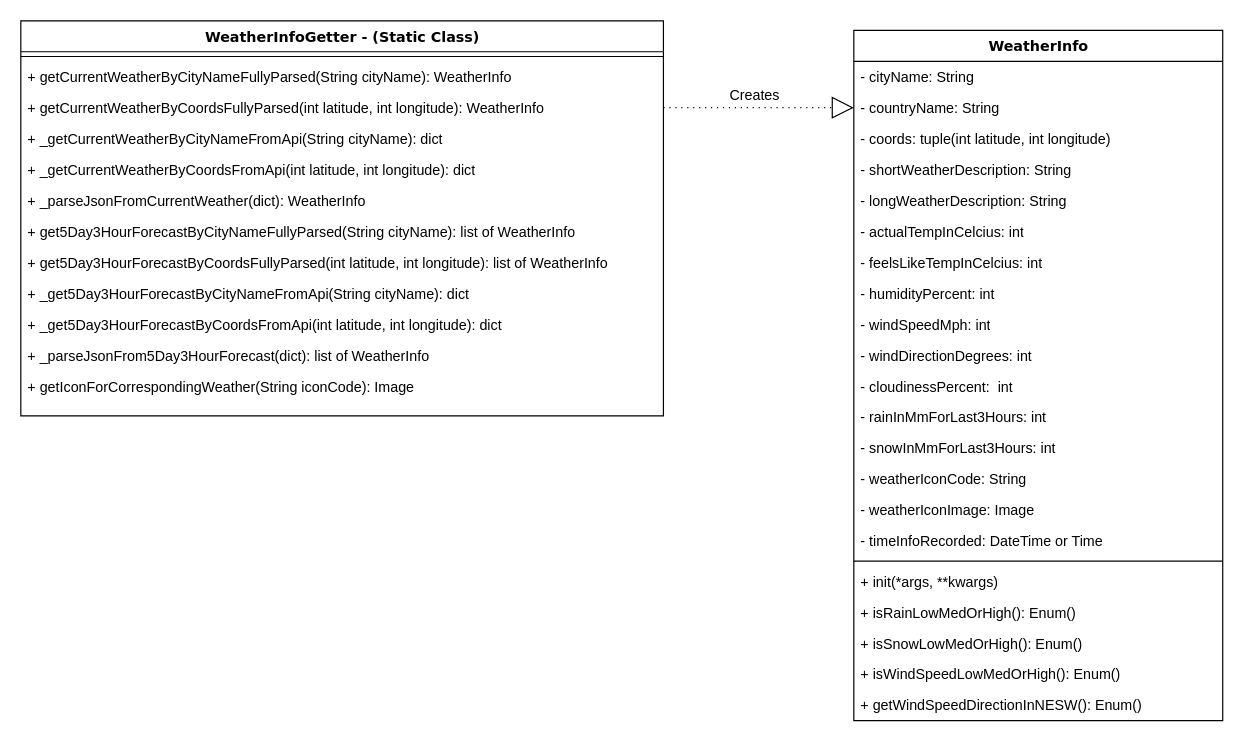
Above: notes/2b) Design Solution.drawio in murtaza135/weather_app (draw.io), before the change. Source tidied: cells renumbered, new cells numbered last; positions are measured from the earlier drawing's top-left corner, leaving out a move shared by most shapes. Both pictures are drawn from the tidied source at 119%, with x=0, y=0 at pixel (20, 20).
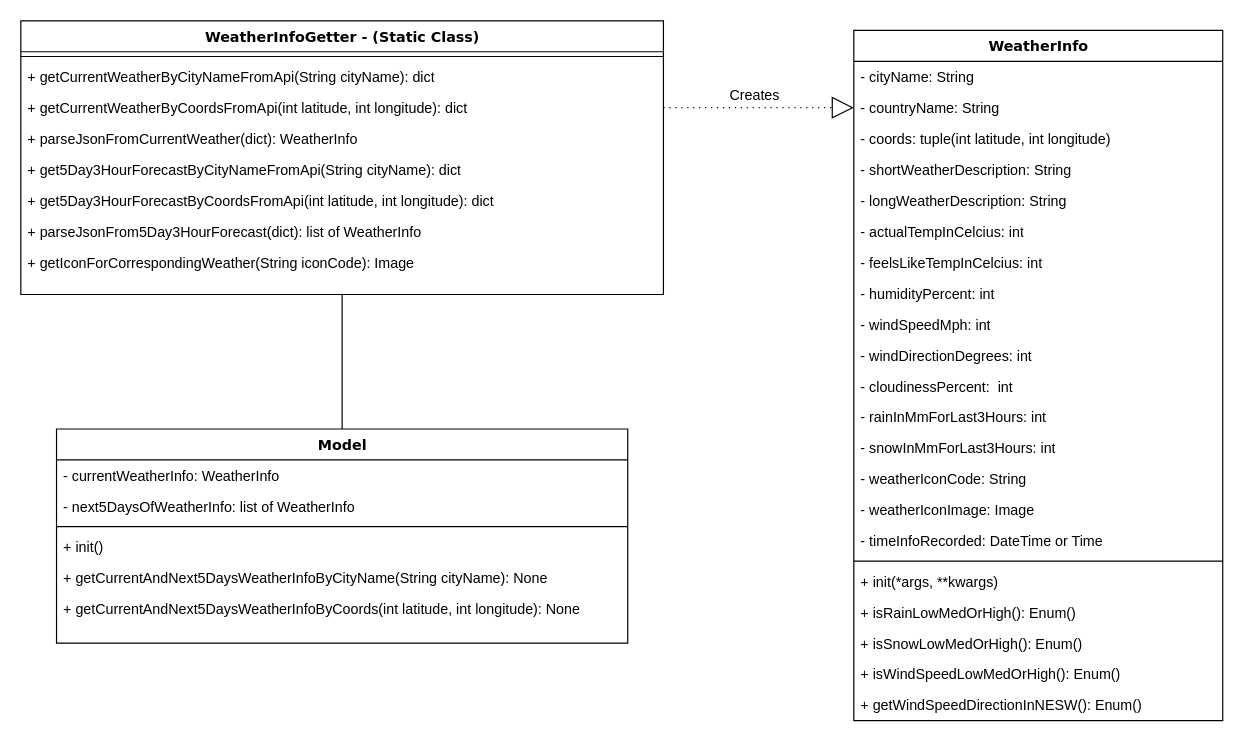
Above is the later version.

Commit message (it also covers changes not shown here):
made changes to design solution, created a gui sketch

What changed in the source:
```diff
@@
     <mxCell id="25" value="WeatherInfoGetter - (Static Class)" style="swimlane;html=1;fontStyle=1;align=center;verticalAlign=top;horizontal=1;startSize=26;swimlaneFillColor=#ffffff;rounded=0;shadow=0;comic=0;labelBackgroundColor=none;strokeColor=#000000;strokeWidth=1;fillColor=none;fontFamily=Verdana;fontSize=12;fontColor=#000000;" parent="1" vertex="1">
-      <mxGeometry width="540" height="332" as="geometry" />
+      <mxGeometry width="540" height="230" as="geometry" />
     </mxCell>
@@
-    <mxCell id="27" value="+ getCurrentWeatherByCityNameFullyParsed(String cityName): WeatherInfo" style="text;html=1;strokeColor=none;fillColor=none;align=left;verticalAlign=top;spacingLeft=4;spacingRight=4;whiteSpace=wrap;overflow=hidden;" parent="25" vertex="1">
+    <mxCell id="27" value="+ getCurrentWeatherByCityNameFromApi(String cityName): dict" style="text;html=1;strokeColor=none;fillColor=none;align=left;verticalAlign=top;spacingLeft=4;spacingRight=4;whiteSpace=wrap;overflow=hidden;" parent="25" vertex="1">
       <mxGeometry y="34" width="540" height="26" as="geometry" />
     </mxCell>
-    <mxCell id="28" value="+ getCurrentWeatherByCoordsFullyParsed(int latitude, int longitude): WeatherInfo" style="text;html=1;strokeColor=none;fillColor=none;align=left;verticalAlign=top;spacingLeft=4;spacingRight=4;whiteSpace=wrap;overflow=hidden;points=[[0,0.5],[1,0.5]];portConstraint=eastwest;" parent="25" vertex="1">
+    <mxCell id="28" value="+ getCurrentWeatherByCoordsFromApi(int latitude, int longitude): dict" style="text;html=1;strokeColor=none;fillColor=none;align=left;verticalAlign=top;spacingLeft=4;spacingRight=4;whiteSpace=wrap;overflow=hidden;points=[[0,0.5],[1,0.5]];portConstraint=eastwest;" parent="25" vertex="1">
       <mxGeometry y="60" width="540" height="26" as="geometry" />
     </mxCell>
-    <mxCell id="29" value="+ _getCurrentWeatherByCityNameFromApi(String cityName): dict" style="text;html=1;strokeColor=none;fillColor=none;align=left;verticalAlign=top;spacingLeft=4;spacingRight=4;whiteSpace=wrap;overflow=hidden;" parent="25" vertex="1">
+    <mxCell id="29" value="+ parseJsonFromCurrentWeather(dict): WeatherInfo" style="text;html=1;strokeColor=none;fillColor=none;align=left;verticalAlign=top;spacingLeft=4;spacingRight=4;whiteSpace=wrap;overflow=hidden;" parent="25" vertex="1">
       <mxGeometry y="86" width="540" height="26" as="geometry" />
     </mxCell>
-    <mxCell id="30" value="+ _getCurrentWeatherByCoordsFromApi(int latitude, int longitude): dict" style="text;html=1;strokeColor=none;fillColor=none;align=left;verticalAlign=top;spacingLeft=4;spacingRight=4;whiteSpace=wrap;overflow=hidden;" parent="25" vertex="1">
+    <mxCell id="30" value="+ get5Day3HourForecastByCityNameFromApi(String cityName): dict" style="text;html=1;strokeColor=none;fillColor=none;align=left;verticalAlign=top;spacingLeft=4;spacingRight=4;whiteSpace=wrap;overflow=hidden;" parent="25" vertex="1">
       <mxGeometry y="112" width="540" height="26" as="geometry" />
     </mxCell>
-    <mxCell id="31" value="+ _parseJsonFromCurrentWeather(dict): WeatherInfo" style="text;html=1;strokeColor=none;fillColor=none;align=left;verticalAlign=top;spacingLeft=4;spacingRight=4;whiteSpace=wrap;overflow=hidden;" parent="25" vertex="1">
+    <mxCell id="31" value="+ get5Day3HourForecastByCoordsFromApi(int latitude, int longitude): dict" style="text;html=1;strokeColor=none;fillColor=none;align=left;verticalAlign=top;spacingLeft=4;spacingRight=4;whiteSpace=wrap;overflow=hidden;" parent="25" vertex="1">
       <mxGeometry y="138" width="540" height="26" as="geometry" />
     </mxCell>
-    <mxCell id="32" value="+ get5Day3HourForecastByCityNameFullyParsed(String cityName): list of WeatherInfo" style="text;html=1;strokeColor=none;fillColor=none;align=left;verticalAlign=top;spacingLeft=4;spacingRight=4;whiteSpace=wrap;overflow=hidden;" parent="25" vertex="1">
+    <mxCell id="32" value="+ parseJsonFrom5Day3HourForecast(dict): list of WeatherInfo" style="text;html=1;strokeColor=none;fillColor=none;align=left;verticalAlign=top;spacingLeft=4;spacingRight=4;whiteSpace=wrap;overflow=hidden;" parent="25" vertex="1">
       <mxGeometry y="164" width="540" height="26" as="geometry" />
     </mxCell>
-    <mxCell id="33" value="+ get5Day3HourForecastByCoordsFullyParsed(int latitude, int longitude): list of WeatherInfo" style="text;html=1;strokeColor=none;fillColor=none;align=left;verticalAlign=top;spacingLeft=4;spacingRight=4;whiteSpace=wrap;overflow=hidden;" parent="25" vertex="1">
+    <mxCell id="33" value="+ getIconForCorrespondingWeather(String iconCode): Image" style="text;html=1;strokeColor=none;fillColor=none;align=left;verticalAlign=top;spacingLeft=4;spacingRight=4;whiteSpace=wrap;overflow=hidden;" parent="25" vertex="1">
       <mxGeometry y="190" width="540" height="26" as="geometry" />
     </mxCell>
-    <mxCell id="34" value="+ _get5Day3HourForecastByCityNameFromApi(String cityName): dict" style="text;html=1;strokeColor=none;fillColor=none;align=left;verticalAlign=top;spacingLeft=4;spacingRight=4;whiteSpace=wrap;overflow=hidden;" parent="25" vertex="1">
-      <mxGeometry y="216" width="540" height="26" as="geometry" />
-    </mxCell>
-    <mxCell id="35" value="+ _get5Day3HourForecastByCoordsFromApi(int latitude, int longitude): dict" style="text;html=1;strokeColor=none;fillColor=none;align=left;verticalAlign=top;spacingLeft=4;spacingRight=4;whiteSpace=wrap;overflow=hidden;" parent="25" vertex="1">
-      <mxGeometry y="242" width="540" height="26" as="geometry" />
-    </mxCell>
-    <mxCell id="36" value="+ _parseJsonFrom5Day3HourForecast(dict): list of WeatherInfo" style="text;html=1;strokeColor=none;fillColor=none;align=left;verticalAlign=top;spacingLeft=4;spacingRight=4;whiteSpace=wrap;overflow=hidden;" parent="25" vertex="1">
-      <mxGeometry y="268" width="540" height="26" as="geometry" />
-    </mxCell>
-    <mxCell id="37" value="+ getIconForCorrespondingWeather(String iconCode): Image" style="text;html=1;strokeColor=none;fillColor=none;align=left;verticalAlign=top;spacingLeft=4;spacingRight=4;whiteSpace=wrap;overflow=hidden;" parent="25" vertex="1">
-      <mxGeometry y="294" width="540" height="26" as="geometry" />
-    </mxCell>
@@
+    <mxCell id="40" value="Model" style="swimlane;html=1;fontStyle=1;align=center;verticalAlign=top;horizontal=1;startSize=26;swimlaneFillColor=#ffffff;rounded=0;shadow=0;comic=0;labelBackgroundColor=none;strokeColor=#000000;strokeWidth=1;fillColor=none;fontFamily=Verdana;fontSize=12;fontColor=#000000;" parent="1" vertex="1">
+      <mxGeometry x="30" y="343" width="480" height="180" as="geometry" />
+    </mxCell>
+    <mxCell id="41" value="- currentWeatherInfo: WeatherInfo" style="text;html=1;strokeColor=none;fillColor=none;align=left;verticalAlign=top;spacingLeft=4;spacingRight=4;whiteSpace=wrap;overflow=hidden;" parent="40" vertex="1">
+      <mxGeometry y="26" width="480" height="26" as="geometry" />
+    </mxCell>
+    <mxCell id="42" value="- next5DaysOfWeatherInfo: list of WeatherInfo" style="text;html=1;strokeColor=none;fillColor=none;align=left;verticalAlign=top;spacingLeft=4;spacingRight=4;whiteSpace=wrap;overflow=hidden;" parent="40" vertex="1">
+      <mxGeometry y="52" width="480" height="26" as="geometry" />
+    </mxCell>
+    <mxCell id="43" style="line;html=1;strokeWidth=1;fillColor=none;align=left;verticalAlign=middle;spacingTop=-1;spacingLeft=3;spacingRight=3;labelPosition=right;" parent="40" vertex="1">
+      <mxGeometry y="78" width="480" height="8" as="geometry" />
+    </mxCell>
+    <mxCell id="44" value="+ init()" style="text;html=1;strokeColor=none;fillColor=none;align=left;verticalAlign=top;spacingLeft=4;spacingRight=4;whiteSpace=wrap;overflow=hidden;" parent="40" vertex="1">
+      <mxGeometry y="86" width="480" height="26" as="geometry" />
+    </mxCell>
+    <mxCell id="45" value="+ getCurrentAndNext5DaysWeatherInfoByCityName(String cityName): None" style="text;html=1;strokeColor=none;fillColor=none;align=left;verticalAlign=top;spacingLeft=4;spacingRight=4;whiteSpace=wrap;overflow=hidden;" parent="40" vertex="1">
+      <mxGeometry y="112" width="480" height="26" as="geometry" />
+    </mxCell>
+    <mxCell id="46" value="+ getCurrentAndNext5DaysWeatherInfoByCoords(int latitude, int longitude): None" style="text;html=1;strokeColor=none;fillColor=none;align=left;verticalAlign=top;spacingLeft=4;spacingRight=4;whiteSpace=wrap;overflow=hidden;" parent="40" vertex="1">
+      <mxGeometry y="138" width="480" height="26" as="geometry" />
+    </mxCell>
+    <mxCell id="47" style="html=1;labelBackgroundColor=none;startFill=0;startSize=8;endArrow=none;endFill=0;endSize=16;fontFamily=Verdana;fontSize=12;exitX=0.5;exitY=1;exitDx=0;exitDy=0;entryX=0.5;entryY=0;entryDx=0;entryDy=0;" parent="1" edge="1" source="25" target="40">
+      <mxGeometry relative="1" as="geometry" />
+    </mxCell>
```
